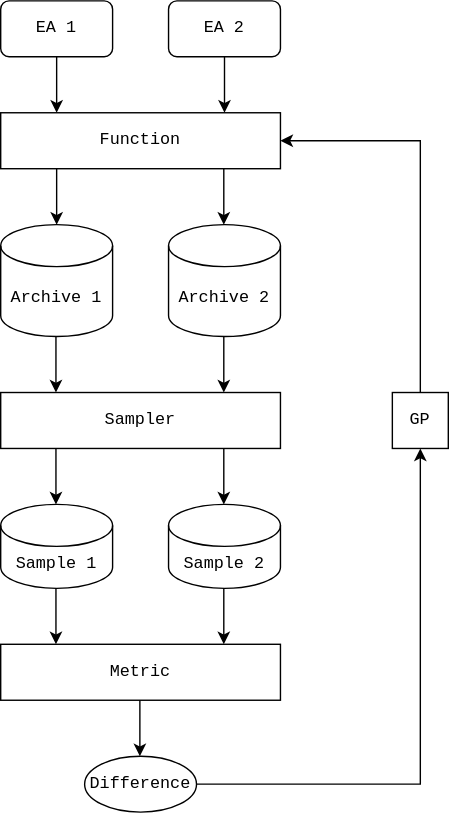
The draw.io diagram img/flow.svg in Y1fanHE/evolutionary-competition, before a commit. Source tidied: cells renumbered, new cells last; positions are measured from the earlier drawing's top-left corner, leaving out a move shared by most shapes. The source it was exported from:
```xml
<mxGraphModel>
  <root>
    <mxCell id="0" />
    <mxCell id="1" parent="0" />
    <mxCell id="2" style="edgeStyle=none;html=1;exitX=0.5;exitY=1;exitDx=0;exitDy=0;fontFamily=Courier New;fontSize=12;fontStyle=0;" parent="1" edge="1" source="3">
      <mxGeometry relative="1" as="geometry">
        <mxPoint x="40" y="80" as="targetPoint" />
      </mxGeometry>
    </mxCell>
    <mxCell id="3" value="EA 1" style="rounded=1;whiteSpace=wrap;html=1;fontFamily=Courier New;fontSize=12;fontStyle=0;" parent="1" vertex="1">
      <mxGeometry width="80" height="40" as="geometry" />
    </mxCell>
    <mxCell id="4" value="EA 2" style="rounded=1;whiteSpace=wrap;html=1;fontFamily=Courier New;fontSize=12;fontStyle=0;" parent="1" vertex="1">
      <mxGeometry x="120" width="80" height="40" as="geometry" />
    </mxCell>
    <mxCell id="5" value="Function" style="rounded=0;whiteSpace=wrap;html=1;fontFamily=Courier New;fontSize=12;fontStyle=0;" parent="1" vertex="1">
      <mxGeometry y="80" width="200" height="40" as="geometry" />
    </mxCell>
    <mxCell id="6" style="edgeStyle=none;html=1;exitX=0.5;exitY=1;exitDx=0;exitDy=0;fontFamily=Courier New;fontSize=12;fontStyle=0;" parent="1" edge="1" source="4">
      <mxGeometry relative="1" as="geometry">
        <mxPoint x="160" y="80" as="targetPoint" />
      </mxGeometry>
    </mxCell>
    <mxCell id="7" value="Archive 1" style="shape=cylinder3;whiteSpace=wrap;html=1;boundedLbl=1;backgroundOutline=1;size=15;fontFamily=Courier New;fontSize=12;fontStyle=0;" parent="1" vertex="1">
      <mxGeometry y="160" width="80" height="80" as="geometry" />
    </mxCell>
    <mxCell id="8" value="Archive 2" style="shape=cylinder3;whiteSpace=wrap;html=1;boundedLbl=1;backgroundOutline=1;size=15;fontFamily=Courier New;fontSize=12;fontStyle=0;" parent="1" vertex="1">
      <mxGeometry x="120" y="160" width="80" height="80" as="geometry" />
    </mxCell>
    <mxCell id="9" style="edgeStyle=none;html=1;fontFamily=Courier New;fontSize=12;fontStyle=0;" parent="1" edge="1">
      <mxGeometry relative="1" as="geometry">
        <mxPoint x="40" y="120" as="sourcePoint" />
        <mxPoint x="40" y="160" as="targetPoint" />
      </mxGeometry>
    </mxCell>
    <mxCell id="10" style="edgeStyle=none;html=1;fontFamily=Courier New;fontSize=12;fontStyle=0;" parent="1" edge="1">
      <mxGeometry relative="1" as="geometry">
        <mxPoint x="159.5" y="120" as="sourcePoint" />
        <mxPoint x="159.5" y="160" as="targetPoint" />
      </mxGeometry>
    </mxCell>
    <mxCell id="11" value="Sampler" style="rounded=0;whiteSpace=wrap;html=1;fontFamily=Courier New;fontSize=12;fontStyle=0;" parent="1" vertex="1">
      <mxGeometry y="280" width="200" height="40" as="geometry" />
    </mxCell>
    <mxCell id="12" style="edgeStyle=none;html=1;fontFamily=Courier New;fontSize=12;fontStyle=0;" parent="1" edge="1">
      <mxGeometry relative="1" as="geometry">
        <mxPoint x="39.5" y="240" as="sourcePoint" />
        <mxPoint x="39.5" y="280" as="targetPoint" />
      </mxGeometry>
    </mxCell>
    <mxCell id="13" style="edgeStyle=none;html=1;fontFamily=Courier New;fontSize=12;fontStyle=0;" parent="1" edge="1">
      <mxGeometry relative="1" as="geometry">
        <mxPoint x="159.5" y="240" as="sourcePoint" />
        <mxPoint x="159.5" y="280" as="targetPoint" />
      </mxGeometry>
    </mxCell>
    <mxCell id="14" value="Sample 1" style="shape=cylinder3;whiteSpace=wrap;html=1;boundedLbl=1;backgroundOutline=1;size=15;fontFamily=Courier New;fontSize=12;fontStyle=0;" parent="1" vertex="1">
      <mxGeometry y="360" width="80" height="60" as="geometry" />
    </mxCell>
    <mxCell id="15" value="Sample 2" style="shape=cylinder3;whiteSpace=wrap;html=1;boundedLbl=1;backgroundOutline=1;size=15;fontFamily=Courier New;fontSize=12;fontStyle=0;" parent="1" vertex="1">
      <mxGeometry x="120" y="360" width="80" height="60" as="geometry" />
    </mxCell>
    <mxCell id="16" style="edgeStyle=none;html=1;fontFamily=Courier New;fontSize=12;fontStyle=0;" parent="1" edge="1">
      <mxGeometry relative="1" as="geometry">
        <mxPoint x="39.5" y="320" as="sourcePoint" />
        <mxPoint x="39.5" y="360" as="targetPoint" />
      </mxGeometry>
    </mxCell>
    <mxCell id="17" style="edgeStyle=none;html=1;fontFamily=Courier New;fontSize=12;fontStyle=0;" parent="1" edge="1">
      <mxGeometry relative="1" as="geometry">
        <mxPoint x="159.5" y="320" as="sourcePoint" />
        <mxPoint x="159.5" y="360" as="targetPoint" />
      </mxGeometry>
    </mxCell>
    <mxCell id="18" value="Metric" style="rounded=0;whiteSpace=wrap;html=1;fontFamily=Courier New;fontSize=12;fontStyle=0;" parent="1" vertex="1">
      <mxGeometry y="460" width="200" height="40" as="geometry" />
    </mxCell>
    <mxCell id="19" style="edgeStyle=none;html=1;fontFamily=Courier New;fontSize=12;fontStyle=0;" parent="1" edge="1">
      <mxGeometry relative="1" as="geometry">
        <mxPoint x="39.5" y="420" as="sourcePoint" />
        <mxPoint x="39.5" y="460" as="targetPoint" />
      </mxGeometry>
    </mxCell>
    <mxCell id="20" style="edgeStyle=none;html=1;fontFamily=Courier New;fontSize=12;fontStyle=0;" parent="1" edge="1">
      <mxGeometry relative="1" as="geometry">
        <mxPoint x="159.5" y="420" as="sourcePoint" />
        <mxPoint x="159.5" y="460" as="targetPoint" />
      </mxGeometry>
    </mxCell>
    <mxCell id="21" value="Difference" style="ellipse;whiteSpace=wrap;html=1;fontFamily=Courier New;fontSize=12;fontStyle=0;" parent="1" vertex="1">
      <mxGeometry x="60" y="540" width="80" height="40" as="geometry" />
    </mxCell>
    <mxCell id="22" style="edgeStyle=none;html=1;fontFamily=Courier New;fontSize=12;fontStyle=0;" parent="1" edge="1">
      <mxGeometry relative="1" as="geometry">
        <mxPoint x="99.5" y="500" as="sourcePoint" />
        <mxPoint x="99.5" y="540" as="targetPoint" />
      </mxGeometry>
    </mxCell>
    <mxCell id="23" value="GP" style="rounded=0;whiteSpace=wrap;html=1;fontFamily=Courier New;fontSize=12;fontStyle=0;" parent="1" vertex="1">
      <mxGeometry x="280" y="280" width="40" height="40" as="geometry" />
    </mxCell>
    <mxCell id="24" style="endArrow=classic;html=1;exitX=1;exitY=0.5;exitDx=0;exitDy=0;entryX=0.5;entryY=1;entryDx=0;entryDy=0;rounded=0;fontFamily=Courier New;fontSize=12;fontStyle=0;" parent="1" edge="1" source="21" target="23">
      <mxGeometry relative="1" as="geometry">
        <Array as="points">
          <mxPoint x="300" y="560" />
        </Array>
      </mxGeometry>
    </mxCell>
    <mxCell id="25" style="endArrow=classic;html=1;exitX=0.5;exitY=0;exitDx=0;exitDy=0;entryX=1;entryY=0.5;entryDx=0;entryDy=0;rounded=0;fontFamily=Courier New;fontSize=12;fontStyle=0;" parent="1" edge="1" source="23" target="5">
      <mxGeometry relative="1" as="geometry">
        <Array as="points">
          <mxPoint x="300" y="100" />
        </Array>
      </mxGeometry>
    </mxCell>
  </root>
</mxGraphModel>
```
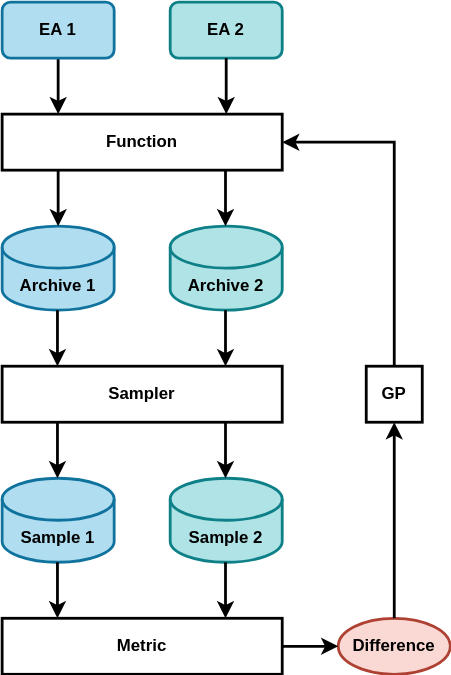
The same diagram one commit later.

What changed in the source:
```diff
@@ -2,114 +2,109 @@
   <root>
     <mxCell id="0" />
     <mxCell id="1" parent="0" />
-    <mxCell id="2" style="edgeStyle=none;html=1;exitX=0.5;exitY=1;exitDx=0;exitDy=0;fontFamily=Courier New;fontSize=12;fontStyle=0;" parent="1" edge="1" source="3">
+    <mxCell id="2" style="edgeStyle=none;html=1;exitX=0.5;exitY=1;exitDx=0;exitDy=0;fontFamily=Helvetica;fontSize=12;fontStyle=1;fillColor=#b1ddf0;strokeColor=#000000;strokeWidth=2;" parent="1" edge="1" source="3">
       <mxGeometry relative="1" as="geometry">
-        <mxPoint x="40" y="80" as="targetPoint" />
+        <mxPoint x="-80" as="targetPoint" />
       </mxGeometry>
     </mxCell>
-    <mxCell id="3" value="EA 1" style="rounded=1;whiteSpace=wrap;html=1;fontFamily=Courier New;fontSize=12;fontStyle=0;" parent="1" vertex="1">
-      <mxGeometry width="80" height="40" as="geometry" />
+    <mxCell id="3" value="EA 1" style="rounded=1;whiteSpace=wrap;html=1;fontFamily=Helvetica;fontSize=12;fontStyle=1;fillColor=#b1ddf0;strokeColor=#10739e;strokeWidth=2;" parent="1" vertex="1">
+      <mxGeometry x="-120" y="-80" width="80" height="40" as="geometry" />
     </mxCell>
-    <mxCell id="4" value="EA 2" style="rounded=1;whiteSpace=wrap;html=1;fontFamily=Courier New;fontSize=12;fontStyle=0;" parent="1" vertex="1">
-      <mxGeometry x="120" width="80" height="40" as="geometry" />
+    <mxCell id="4" value="EA 2" style="rounded=1;whiteSpace=wrap;html=1;fontFamily=Helvetica;fontSize=12;fontStyle=1;fillColor=#b0e3e6;strokeColor=#0e8088;strokeWidth=2;" parent="1" vertex="1">
+      <mxGeometry y="-80" width="80" height="40" as="geometry" />
     </mxCell>
-    <mxCell id="5" value="Function" style="rounded=0;whiteSpace=wrap;html=1;fontFamily=Courier New;fontSize=12;fontStyle=0;" parent="1" vertex="1">
-      <mxGeometry y="80" width="200" height="40" as="geometry" />
+    <mxCell id="5" value="Function" style="rounded=0;whiteSpace=wrap;html=1;fontFamily=Helvetica;fontSize=12;fontStyle=1;strokeWidth=2;" parent="1" vertex="1">
+      <mxGeometry x="-120" width="200" height="40" as="geometry" />
     </mxCell>
-    <mxCell id="6" style="edgeStyle=none;html=1;exitX=0.5;exitY=1;exitDx=0;exitDy=0;fontFamily=Courier New;fontSize=12;fontStyle=0;" parent="1" edge="1" source="4">
+    <mxCell id="6" style="edgeStyle=none;html=1;exitX=0.5;exitY=1;exitDx=0;exitDy=0;fontFamily=Helvetica;fontSize=12;fontStyle=1;fillColor=#b1ddf0;strokeColor=#000000;strokeWidth=2;" parent="1" edge="1" source="4">
       <mxGeometry relative="1" as="geometry">
-        <mxPoint x="160" y="80" as="targetPoint" />
+        <mxPoint x="40" as="targetPoint" />
       </mxGeometry>
     </mxCell>
-    <mxCell id="7" value="Archive 1" style="shape=cylinder3;whiteSpace=wrap;html=1;boundedLbl=1;backgroundOutline=1;size=15;fontFamily=Courier New;fontSize=12;fontStyle=0;" parent="1" vertex="1">
-      <mxGeometry y="160" width="80" height="80" as="geometry" />
+    <mxCell id="7" value="Archive 1" style="shape=cylinder3;whiteSpace=wrap;html=1;boundedLbl=1;backgroundOutline=1;size=15;fontFamily=Helvetica;fontSize=12;fontStyle=1;fillColor=#b1ddf0;strokeColor=#10739e;strokeWidth=2;" parent="1" vertex="1">
+      <mxGeometry x="-120" y="80" width="80" height="60" as="geometry" />
     </mxCell>
-    <mxCell id="8" value="Archive 2" style="shape=cylinder3;whiteSpace=wrap;html=1;boundedLbl=1;backgroundOutline=1;size=15;fontFamily=Courier New;fontSize=12;fontStyle=0;" parent="1" vertex="1">
-      <mxGeometry x="120" y="160" width="80" height="80" as="geometry" />
+    <mxCell id="8" value="Archive 2" style="shape=cylinder3;whiteSpace=wrap;html=1;boundedLbl=1;backgroundOutline=1;size=15;fontFamily=Helvetica;fontSize=12;fontStyle=1;fillColor=#b0e3e6;strokeColor=#0e8088;strokeWidth=2;" parent="1" vertex="1">
+      <mxGeometry y="80" width="80" height="60" as="geometry" />
     </mxCell>
-    <mxCell id="9" style="edgeStyle=none;html=1;fontFamily=Courier New;fontSize=12;fontStyle=0;" parent="1" edge="1">
+    <mxCell id="9" style="edgeStyle=none;html=1;fontFamily=Helvetica;fontSize=12;fontStyle=1;fillColor=#b1ddf0;strokeColor=#000000;strokeWidth=2;" parent="1" edge="1">
       <mxGeometry relative="1" as="geometry">
-        <mxPoint x="40" y="120" as="sourcePoint" />
-        <mxPoint x="40" y="160" as="targetPoint" />
+        <mxPoint x="-80" y="40" as="sourcePoint" />
+        <mxPoint x="-80" y="80" as="targetPoint" />
       </mxGeometry>
     </mxCell>
-    <mxCell id="10" style="edgeStyle=none;html=1;fontFamily=Courier New;fontSize=12;fontStyle=0;" parent="1" edge="1">
+    <mxCell id="10" style="edgeStyle=none;html=1;fontFamily=Helvetica;fontSize=12;fontStyle=1;fillColor=#b1ddf0;strokeColor=#000000;strokeWidth=2;" parent="1" edge="1">
       <mxGeometry relative="1" as="geometry">
-        <mxPoint x="159.5" y="120" as="sourcePoint" />
-        <mxPoint x="159.5" y="160" as="targetPoint" />
+        <mxPoint x="39.5" y="40" as="sourcePoint" />
+        <mxPoint x="39.5" y="80" as="targetPoint" />
       </mxGeometry>
     </mxCell>
-    <mxCell id="11" value="Sampler" style="rounded=0;whiteSpace=wrap;html=1;fontFamily=Courier New;fontSize=12;fontStyle=0;" parent="1" vertex="1">
-      <mxGeometry y="280" width="200" height="40" as="geometry" />
+    <mxCell id="11" value="Sampler" style="rounded=0;whiteSpace=wrap;html=1;fontFamily=Helvetica;fontSize=12;fontStyle=1;strokeWidth=2;" parent="1" vertex="1">
+      <mxGeometry x="-120" y="180" width="200" height="40" as="geometry" />
     </mxCell>
-    <mxCell id="12" style="edgeStyle=none;html=1;fontFamily=Courier New;fontSize=12;fontStyle=0;" parent="1" edge="1">
+    <mxCell id="12" style="edgeStyle=none;html=1;fontFamily=Helvetica;fontSize=12;fontStyle=1;fillColor=#b1ddf0;strokeColor=#000000;strokeWidth=2;" parent="1" edge="1">
       <mxGeometry relative="1" as="geometry">
-        <mxPoint x="39.5" y="240" as="sourcePoint" />
-        <mxPoint x="39.5" y="280" as="targetPoint" />
+        <mxPoint x="-80.5" y="140" as="sourcePoint" />
+        <mxPoint x="-80.5" y="180" as="targetPoint" />
       </mxGeometry>
     </mxCell>
-    <mxCell id="13" style="edgeStyle=none;html=1;fontFamily=Courier New;fontSize=12;fontStyle=0;" parent="1" edge="1">
+    <mxCell id="13" style="edgeStyle=none;html=1;fontFamily=Helvetica;fontSize=12;fontStyle=1;fillColor=#b1ddf0;strokeColor=#000000;strokeWidth=2;" parent="1" edge="1">
       <mxGeometry relative="1" as="geometry">
-        <mxPoint x="159.5" y="240" as="sourcePoint" />
-        <mxPoint x="159.5" y="280" as="targetPoint" />
+        <mxPoint x="39.5" y="140" as="sourcePoint" />
+        <mxPoint x="39.5" y="180" as="targetPoint" />
       </mxGeometry>
     </mxCell>
-    <mxCell id="14" value="Sample 1" style="shape=cylinder3;whiteSpace=wrap;html=1;boundedLbl=1;backgroundOutline=1;size=15;fontFamily=Courier New;fontSize=12;fontStyle=0;" parent="1" vertex="1">
-      <mxGeometry y="360" width="80" height="60" as="geometry" />
+    <mxCell id="14" value="Sample 1" style="shape=cylinder3;whiteSpace=wrap;html=1;boundedLbl=1;backgroundOutline=1;size=15;fontFamily=Helvetica;fontSize=12;fontStyle=1;fillColor=#b1ddf0;strokeColor=#10739e;strokeWidth=2;" parent="1" vertex="1">
+      <mxGeometry x="-120" y="260" width="80" height="60" as="geometry" />
     </mxCell>
-    <mxCell id="15" value="Sample 2" style="shape=cylinder3;whiteSpace=wrap;html=1;boundedLbl=1;backgroundOutline=1;size=15;fontFamily=Courier New;fontSize=12;fontStyle=0;" parent="1" vertex="1">
-      <mxGeometry x="120" y="360" width="80" height="60" as="geometry" />
+    <mxCell id="15" value="Sample 2" style="shape=cylinder3;whiteSpace=wrap;html=1;boundedLbl=1;backgroundOutline=1;size=15;fontFamily=Helvetica;fontSize=12;fontStyle=1;fillColor=#b0e3e6;strokeColor=#0e8088;strokeWidth=2;" parent="1" vertex="1">
+      <mxGeometry y="260" width="80" height="60" as="geometry" />
     </mxCell>
-    <mxCell id="16" style="edgeStyle=none;html=1;fontFamily=Courier New;fontSize=12;fontStyle=0;" parent="1" edge="1">
+    <mxCell id="16" style="edgeStyle=none;html=1;fontFamily=Helvetica;fontSize=12;fontStyle=1;fillColor=#b1ddf0;strokeColor=#000000;strokeWidth=2;" parent="1" edge="1">
       <mxGeometry relative="1" as="geometry">
-        <mxPoint x="39.5" y="320" as="sourcePoint" />
-        <mxPoint x="39.5" y="360" as="targetPoint" />
+        <mxPoint x="-80.5" y="220" as="sourcePoint" />
+        <mxPoint x="-80.5" y="260" as="targetPoint" />
       </mxGeometry>
     </mxCell>
-    <mxCell id="17" style="edgeStyle=none;html=1;fontFamily=Courier New;fontSize=12;fontStyle=0;" parent="1" edge="1">
+    <mxCell id="17" style="edgeStyle=none;html=1;fontFamily=Helvetica;fontSize=12;fontStyle=1;fillColor=#b1ddf0;strokeColor=#000000;strokeWidth=2;" parent="1" edge="1">
       <mxGeometry relative="1" as="geometry">
-        <mxPoint x="159.5" y="320" as="sourcePoint" />
-        <mxPoint x="159.5" y="360" as="targetPoint" />
+        <mxPoint x="39.5" y="220" as="sourcePoint" />
+        <mxPoint x="39.5" y="260" as="targetPoint" />
       </mxGeometry>
     </mxCell>
-    <mxCell id="18" value="Metric" style="rounded=0;whiteSpace=wrap;html=1;fontFamily=Courier New;fontSize=12;fontStyle=0;" parent="1" vertex="1">
-      <mxGeometry y="460" width="200" height="40" as="geometry" />
+    <mxCell id="18" value="Metric" style="rounded=0;whiteSpace=wrap;html=1;fontFamily=Helvetica;fontSize=12;fontStyle=1;strokeWidth=2;" parent="1" vertex="1">
+      <mxGeometry x="-120" y="360" width="200" height="40" as="geometry" />
     </mxCell>
-    <mxCell id="19" style="edgeStyle=none;html=1;fontFamily=Courier New;fontSize=12;fontStyle=0;" parent="1" edge="1">
+    <mxCell id="19" style="edgeStyle=none;html=1;fontFamily=Helvetica;fontSize=12;fontStyle=1;fillColor=#b1ddf0;strokeColor=#000000;strokeWidth=2;" parent="1" edge="1">
       <mxGeometry relative="1" as="geometry">
-        <mxPoint x="39.5" y="420" as="sourcePoint" />
-        <mxPoint x="39.5" y="460" as="targetPoint" />
+        <mxPoint x="-80.5" y="320" as="sourcePoint" />
+        <mxPoint x="-80.5" y="360" as="targetPoint" />
       </mxGeometry>
     </mxCell>
-    <mxCell id="20" style="edgeStyle=none;html=1;fontFamily=Courier New;fontSize=12;fontStyle=0;" parent="1" edge="1">
+    <mxCell id="20" style="edgeStyle=none;html=1;fontFamily=Helvetica;fontSize=12;fontStyle=1;fillColor=#b1ddf0;strokeColor=#000000;strokeWidth=2;" parent="1" edge="1">
       <mxGeometry relative="1" as="geometry">
-        <mxPoint x="159.5" y="420" as="sourcePoint" />
-        <mxPoint x="159.5" y="460" as="targetPoint" />
+        <mxPoint x="39.5" y="320" as="sourcePoint" />
+        <mxPoint x="39.5" y="360" as="targetPoint" />
       </mxGeometry>
     </mxCell>
-    <mxCell id="21" value="Difference" style="ellipse;whiteSpace=wrap;html=1;fontFamily=Courier New;fontSize=12;fontStyle=0;" parent="1" vertex="1">
-      <mxGeometry x="60" y="540" width="80" height="40" as="geometry" />
+    <mxCell id="21" value="Difference" style="ellipse;whiteSpace=wrap;html=1;fontFamily=Helvetica;fontSize=12;fontStyle=1;fillColor=#fad9d5;strokeColor=#ae4132;strokeWidth=2;" parent="1" vertex="1">
+      <mxGeometry x="120" y="360" width="80" height="40" as="geometry" />
     </mxCell>
-    <mxCell id="22" style="edgeStyle=none;html=1;fontFamily=Courier New;fontSize=12;fontStyle=0;" parent="1" edge="1">
+    <mxCell id="22" style="edgeStyle=none;html=1;fontFamily=Helvetica;fontSize=12;fontStyle=1;fillColor=#b1ddf0;strokeColor=#000000;strokeWidth=2;entryX=0;entryY=0.5;entryDx=0;entryDy=0;" parent="1" edge="1" target="21">
       <mxGeometry relative="1" as="geometry">
-        <mxPoint x="99.5" y="500" as="sourcePoint" />
-        <mxPoint x="99.5" y="540" as="targetPoint" />
+        <mxPoint x="80" y="380" as="sourcePoint" />
       </mxGeometry>
     </mxCell>
-    <mxCell id="23" value="GP" style="rounded=0;whiteSpace=wrap;html=1;fontFamily=Courier New;fontSize=12;fontStyle=0;" parent="1" vertex="1">
-      <mxGeometry x="280" y="280" width="40" height="40" as="geometry" />
+    <mxCell id="23" value="GP" style="rounded=0;whiteSpace=wrap;html=1;fontFamily=Helvetica;fontSize=12;fontStyle=1;strokeWidth=2;" parent="1" vertex="1">
+      <mxGeometry x="140" y="180" width="40" height="40" as="geometry" />
     </mxCell>
-    <mxCell id="24" style="endArrow=classic;html=1;exitX=1;exitY=0.5;exitDx=0;exitDy=0;entryX=0.5;entryY=1;entryDx=0;entryDy=0;rounded=0;fontFamily=Courier New;fontSize=12;fontStyle=0;" parent="1" edge="1" source="21" target="23">
-      <mxGeometry relative="1" as="geometry">
-        <Array as="points">
-          <mxPoint x="300" y="560" />
-        </Array>
-      </mxGeometry>
+    <mxCell id="24" style="endArrow=classic;html=1;exitX=0.5;exitY=0;exitDx=0;exitDy=0;entryX=0.5;entryY=1;entryDx=0;entryDy=0;rounded=0;fontFamily=Helvetica;fontSize=12;fontStyle=1;fillColor=#b1ddf0;strokeColor=#000000;strokeWidth=2;" parent="1" edge="1" source="21" target="23">
+      <mxGeometry relative="1" as="geometry" />
     </mxCell>
-    <mxCell id="25" style="endArrow=classic;html=1;exitX=0.5;exitY=0;exitDx=0;exitDy=0;entryX=1;entryY=0.5;entryDx=0;entryDy=0;rounded=0;fontFamily=Courier New;fontSize=12;fontStyle=0;" parent="1" edge="1" source="23" target="5">
+    <mxCell id="25" style="endArrow=classic;html=1;exitX=0.5;exitY=0;exitDx=0;exitDy=0;entryX=1;entryY=0.5;entryDx=0;entryDy=0;rounded=0;fontFamily=Helvetica;fontSize=12;fontStyle=1;fillColor=#b1ddf0;strokeColor=#000000;strokeWidth=2;" parent="1" edge="1" source="23" target="5">
       <mxGeometry relative="1" as="geometry">
         <Array as="points">
-          <mxPoint x="300" y="100" />
+          <mxPoint x="160" y="20" />
         </Array>
       </mxGeometry>
     </mxCell>
```
